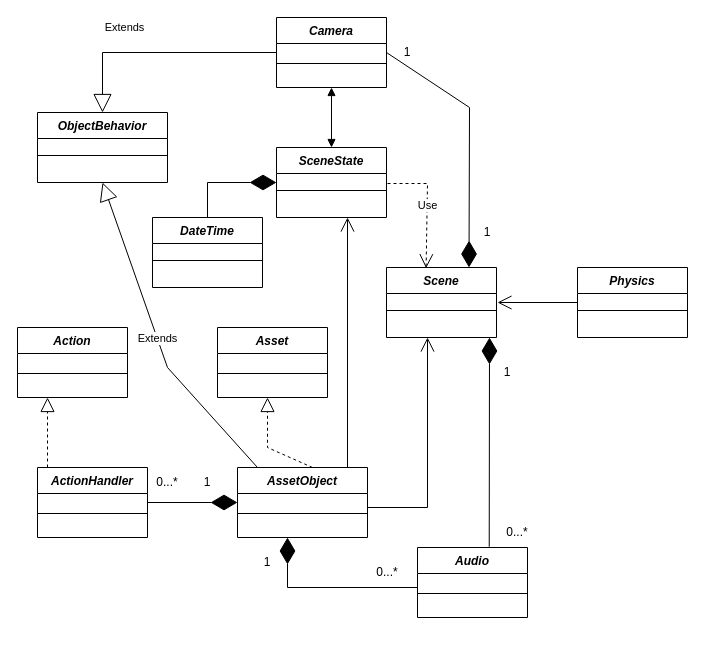
The draw.io diagram Untitled Diagram.drawio in sai11101989/vrsemantics, before the edit. Source tidied: cells renumbered, new cells numbered last; positions are measured from the earlier drawing's top-left corner, leaving out a move shared by most shapes. Both pictures are drawn from the tidied source at 100%, with x=0, y=0 at pixel (17, 17).
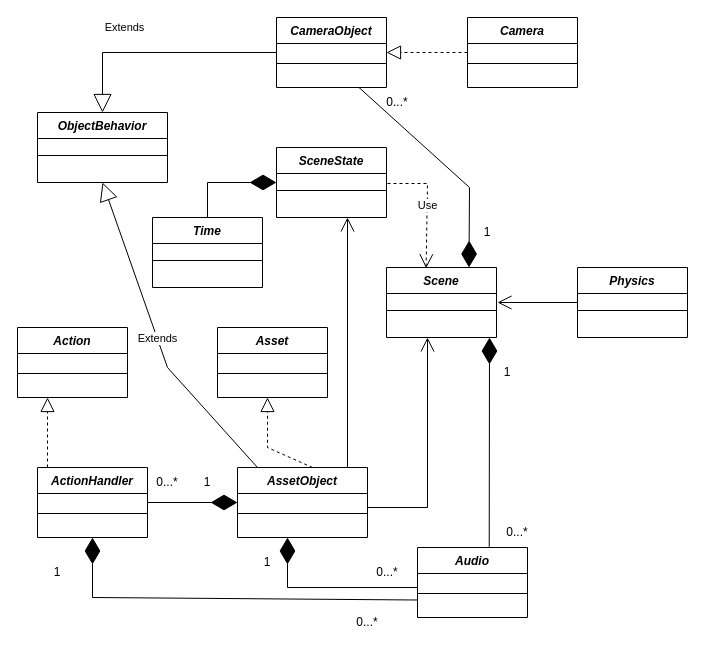
After the change.

The change refers to these unchanged cells:
```xml
<mxCell id="2" value="Scene" style="swimlane;fontStyle=3;align=center;verticalAlign=top;horizontal=1;startSize=26;rounded=0;shadow=0;strokeWidth=1;" parent="1" vertex="1">
  <mxGeometry x="369" y="250" width="110" height="70" as="geometry" />
</mxCell>
<mxCell id="10" value="Audio" style="swimlane;fontStyle=3;align=center;verticalAlign=top;horizontal=1;startSize=26;rounded=0;shadow=0;strokeWidth=1;" parent="1" vertex="1">
  <mxGeometry x="400" y="530" width="110" height="70" as="geometry" />
</mxCell>
<mxCell id="17" value="ActionHandler" style="swimlane;fontStyle=3;align=center;verticalAlign=top;horizontal=1;startSize=26;rounded=0;shadow=0;strokeWidth=1;" parent="1" vertex="1">
  <mxGeometry x="20" y="450" width="110" height="70" as="geometry" />
</mxCell>
<mxCell id="33" value="SceneState" style="swimlane;fontStyle=3;align=center;verticalAlign=top;horizontal=1;startSize=26;rounded=0;shadow=0;strokeWidth=1;" parent="1" vertex="1">
  <mxGeometry x="259" y="130" width="110" height="70" as="geometry" />
</mxCell>
```

What changed in the source:
```diff
@@
-    <mxCell id="22" value="Camera" style="swimlane;fontStyle=3;align=center;verticalAlign=top;horizontal=1;startSize=26;rounded=0;shadow=0;strokeWidth=1;" parent="1" vertex="1">
+    <mxCell id="22" value="CameraObject" style="swimlane;fontStyle=3;align=center;verticalAlign=top;horizontal=1;startSize=26;rounded=0;shadow=0;strokeWidth=1;" parent="1" vertex="1">
       <mxGeometry x="259" width="110" height="70" as="geometry" />
     </mxCell>
@@
-    <mxCell id="27" style="endArrow=diamondThin;endFill=1;endSize=24;html=1;rounded=0;exitX=1;exitY=0.5;exitDx=0;exitDy=0;entryX=0.75;entryY=0;entryDx=0;entryDy=0;" parent="1" edge="1" source="22" target="2">
+    <mxCell id="27" style="endArrow=diamondThin;endFill=1;endSize=24;html=1;rounded=0;exitX=0.75;exitY=1;exitDx=0;exitDy=0;entryX=0.75;entryY=0;entryDx=0;entryDy=0;" parent="1" edge="1" source="22" target="2">
       <mxGeometry relative="1" as="geometry">
         <Array as="points">
-          <mxPoint x="452" y="90" />
+          <mxPoint x="452" y="170" />
         </Array>
       </mxGeometry>
     </mxCell>
-    <mxCell id="28" value="1" style="text;html=1;strokeColor=none;fillColor=none;align=center;verticalAlign=middle;whiteSpace=wrap;rounded=0;" parent="1" vertex="1">
-      <mxGeometry x="360" y="20" width="60" height="30" as="geometry" />
+    <mxCell id="28" value="0...*" style="text;html=1;strokeColor=none;fillColor=none;align=center;verticalAlign=middle;whiteSpace=wrap;rounded=0;" parent="1" vertex="1">
+      <mxGeometry x="350" y="70" width="60" height="30" as="geometry" />
     </mxCell>
@@
-    <mxCell id="38" style="endArrow=block;startArrow=block;endFill=1;startFill=1;html=1;rounded=0;entryX=0.5;entryY=1;entryDx=0;entryDy=0;exitX=0.5;exitY=0;exitDx=0;exitDy=0;" parent="1" edge="1" source="33" target="22">
-      <mxGeometry relative="1" as="geometry" />
-    </mxCell>
@@
-    <mxCell id="42" value="DateTime" style="swimlane;fontStyle=3;align=center;verticalAlign=top;horizontal=1;startSize=26;rounded=0;shadow=0;strokeWidth=1;" parent="1" vertex="1">
+    <mxCell id="42" value="Time" style="swimlane;fontStyle=3;align=center;verticalAlign=top;horizontal=1;startSize=26;rounded=0;shadow=0;strokeWidth=1;" parent="1" vertex="1">
       <mxGeometry x="135" y="200" width="110" height="70" as="geometry" />
     </mxCell>
@@
+    <mxCell id="46" style="endArrow=diamondThin;endFill=1;endSize=24;html=1;rounded=0;exitX=0;exitY=0.75;exitDx=0;exitDy=0;entryX=0.5;entryY=1;entryDx=0;entryDy=0;" parent="1" edge="1" source="10" target="17">
+      <mxGeometry relative="1" as="geometry">
+        <Array as="points">
+          <mxPoint x="75" y="580" />
+        </Array>
+      </mxGeometry>
+    </mxCell>
+    <mxCell id="47" value="1" style="text;html=1;strokeColor=none;fillColor=none;align=center;verticalAlign=middle;whiteSpace=wrap;rounded=0;" parent="1" vertex="1">
+      <mxGeometry x="10" y="540" width="60" height="30" as="geometry" />
+    </mxCell>
+    <mxCell id="48" value="0...*" style="text;html=1;strokeColor=none;fillColor=none;align=center;verticalAlign=middle;whiteSpace=wrap;rounded=0;" parent="1" vertex="1">
+      <mxGeometry x="320" y="590" width="60" height="30" as="geometry" />
+    </mxCell>
+    <mxCell id="49" value="Camera" style="swimlane;fontStyle=3;align=center;verticalAlign=top;horizontal=1;startSize=26;rounded=0;shadow=0;strokeWidth=1;" parent="1" vertex="1">
+      <mxGeometry x="450" width="110" height="70" as="geometry" />
+    </mxCell>
+    <mxCell id="50" style="line;html=1;strokeWidth=1;align=left;verticalAlign=middle;spacingTop=-1;spacingLeft=3;spacingRight=3;labelPosition=right;" parent="49" vertex="1">
+      <mxGeometry y="26" width="110" height="40" as="geometry" />
+    </mxCell>
+    <mxCell id="51" style="endArrow=block;dashed=1;endFill=0;endSize=12;html=1;rounded=0;exitX=0;exitY=0.5;exitDx=0;exitDy=0;entryX=1;entryY=0.5;entryDx=0;entryDy=0;" parent="1" edge="1" source="49" target="22">
+      <mxGeometry relative="1" as="geometry" />
+    </mxCell>
```
